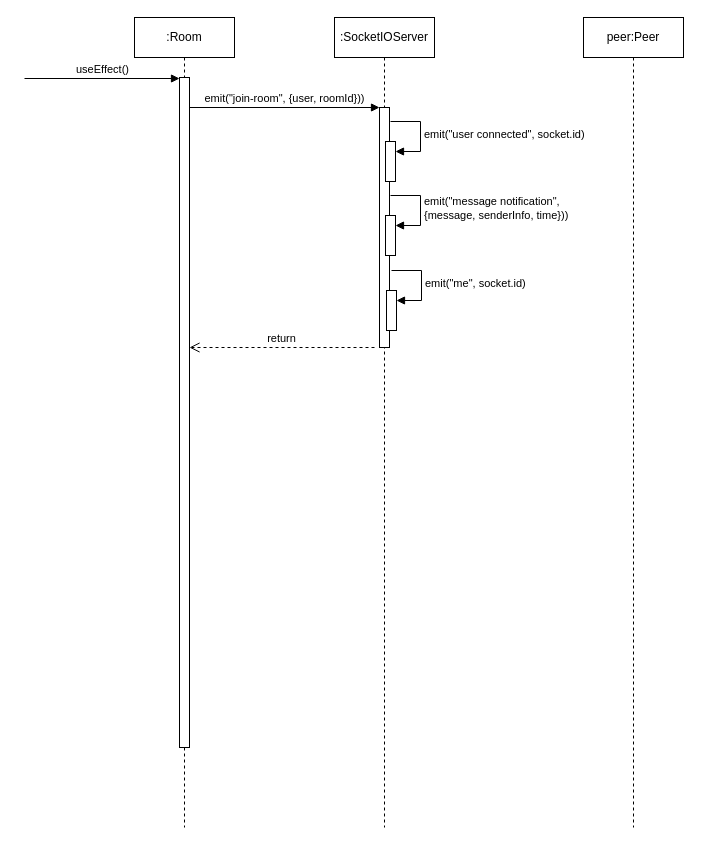
This is CollaborationService.drawio from shaniceng/DrawIODiagrams, a draw.io file, before an edit. Source tidied: cells renumbered, new cells numbered last; positions are measured from the earlier drawing's top-left corner, leaving out a move shared by most shapes. Both pictures are drawn from the tidied source at 100%, with x=0, y=0 at pixel (24, 17).
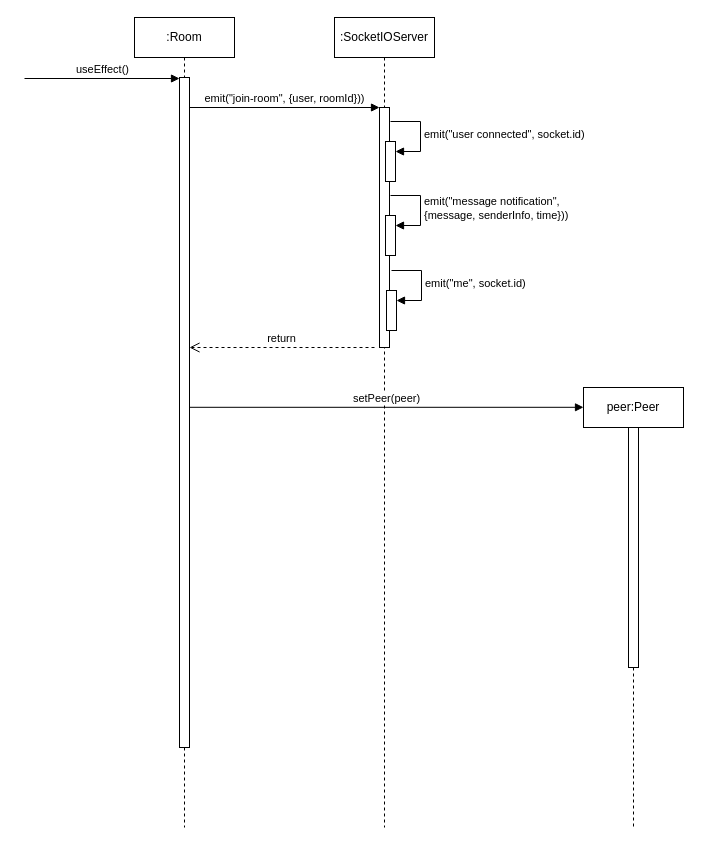
The same diagram, later.

The change refers to these unchanged cells:
```xml
<mxCell id="3" style="html=1;points=[[0,0,0,0,5],[0,1,0,0,-5],[1,0,0,0,5],[1,1,0,0,-5]];perimeter=orthogonalPerimeter;outlineConnect=0;targetShapes=umlLifeline;portConstraint=eastwest;newEdgeStyle={&quot;curved&quot;:0,&quot;rounded&quot;:0};" parent="2" vertex="1">
  <mxGeometry x="45" y="60" width="10" height="670" as="geometry" />
</mxCell>
```

Diff of the diagram source:
```diff
@@
     <mxCell id="15" value="peer:Peer" style="shape=umlLifeline;perimeter=lifelinePerimeter;whiteSpace=wrap;html=1;outlineConnect=0;portConstraint=eastwest;newEdgeStyle={&quot;curved&quot;:0,&quot;rounded&quot;:0};" parent="1" vertex="1">
-      <mxGeometry x="559" width="100" height="810" as="geometry" />
+      <mxGeometry x="559" y="370" width="100" height="440" as="geometry" />
     </mxCell>
+    <mxCell id="16" style="html=1;perimeter=orthogonalPerimeter;targetShapes=umlLifeline;newEdgeStyle={&quot;curved&quot;:0,&quot;rounded&quot;:0};" parent="15" vertex="1">
+      <mxGeometry x="45" y="40" width="10" height="240" as="geometry" />
+    </mxCell>
+    <mxCell id="17" value="setPeer(peer)" style="html=1;verticalAlign=bottom;endArrow=block;curved=0;rounded=0;entryX=0;entryY=0.045;entryDx=0;entryDy=0;entryPerimeter=0;" parent="1" edge="1" source="3" target="15">
+      <mxGeometry relative="1" as="geometry" />
+    </mxCell>
```
